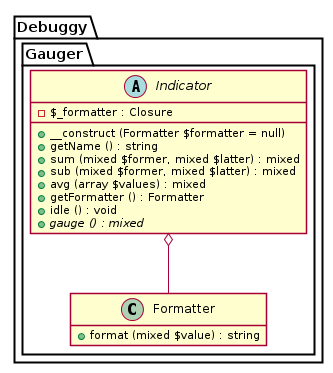
The PlantUML diagram uml/plantuml/indicator.png in dnsl48/gauger, before a commit.
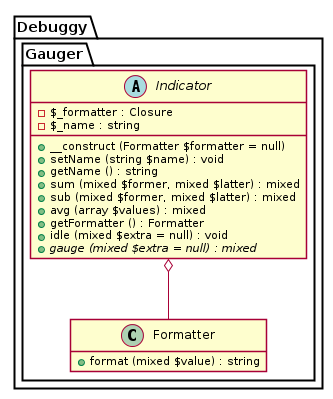
After the change.

Change to the diagram source:
```diff
@@ -30,14 +30,16 @@
 	namespace Gauger {
 		abstract class "Indicator" as _Indicator {
 			- $_formatter : Closure
+			- $_name : string
 			+ __construct (Formatter $formatter = null)
+			+ setName (string $name) : void
 			+ getName () : string
 			+ sum (mixed $former, mixed $latter) : mixed
 			+ sub (mixed $former, mixed $latter) : mixed
 			+ avg (array $values) : mixed
 			+ getFormatter () : Formatter
-			+ idle () : void
-			+ {abstract} gauge () : mixed
+			+ idle (mixed $extra = null) : void
+			+ {abstract} gauge (mixed $extra = null) : mixed
 		}
 
 		_Indicator o-- _Formatter
```
